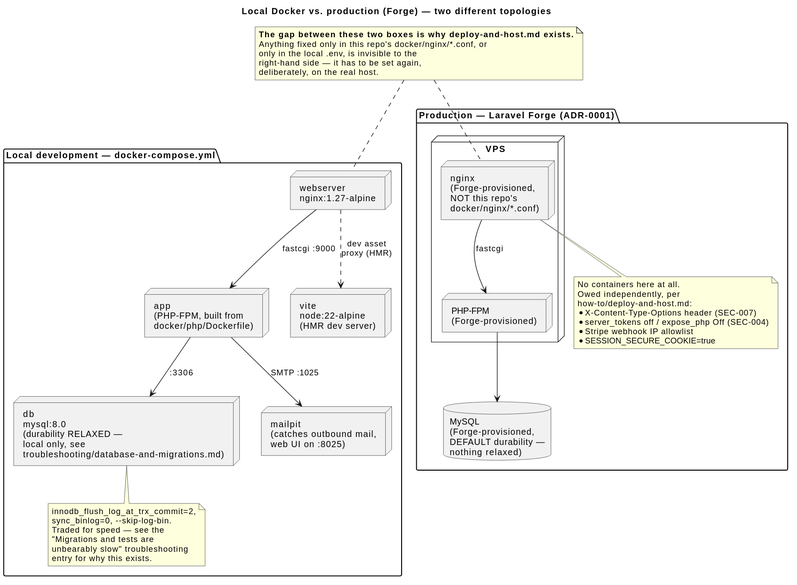
Above: docs/reference/diagrams/deployment/deployment.svg in StefanMarinkov05/Amazoff-PHP (PlantUML), before the change.
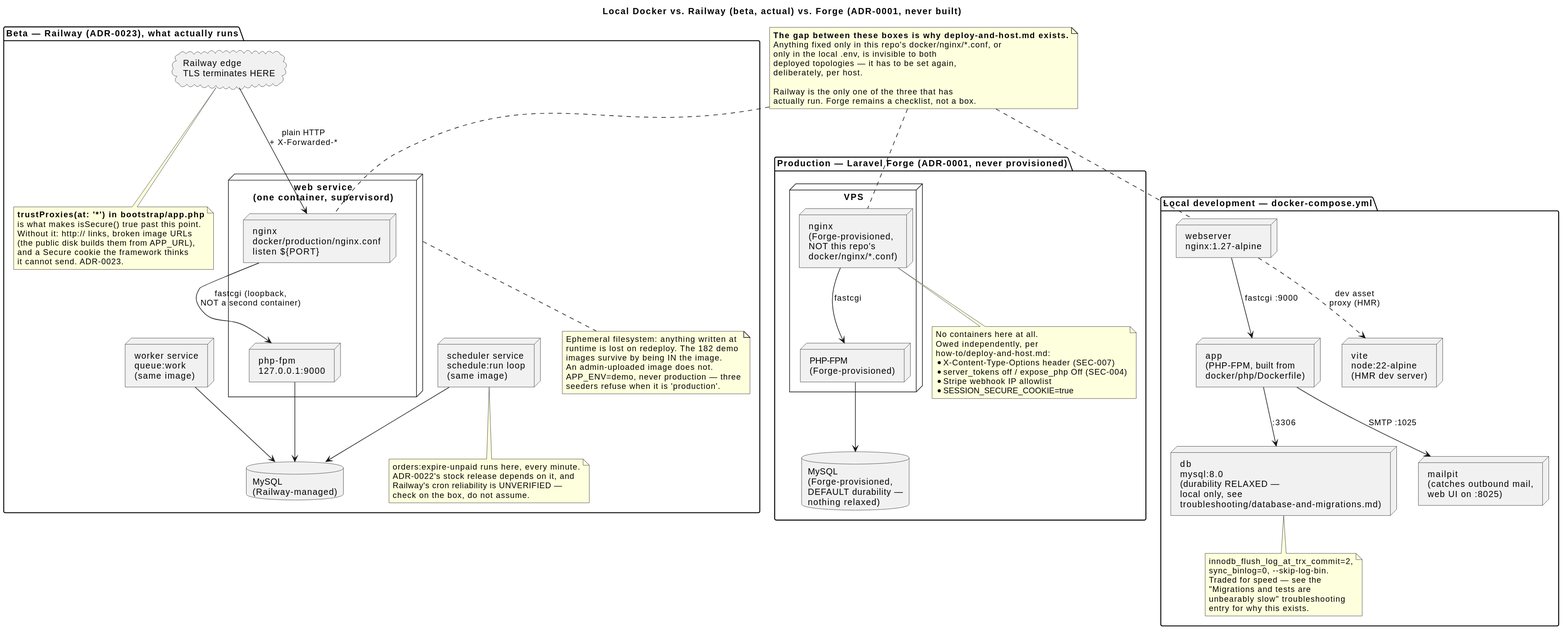
After the commit.

Change to the diagram source:
```diff
@@ -1,6 +1,6 @@
 @startuml
 
-title Local Docker vs. production (Forge) — two different topologies
+title Local Docker vs. Railway (beta, actual) vs. Forge (ADR-0001, never built)
 
 package "Local development — docker-compose.yml" {
   node "webserver\nnginx:1.27-alpine" as LocalNginx
@@ -24,7 +24,50 @@
   end note
 }
 
-package "Production — Laravel Forge (ADR-0001)" {
+package "Beta — Railway (ADR-0023), what actually runs" {
+  node "web service\n(one container, supervisord)" as RailwayWeb {
+    node "nginx\ndocker/production/nginx.conf\nlisten ${PORT}" as RailwayNginx
+    node "php-fpm\n127.0.0.1:9000" as RailwayFpm
+  }
+  node "worker service\nqueue:work\n(same image)" as RailwayWorker
+  node "scheduler service\nschedule:run loop\n(same image)" as RailwayCron
+  database "MySQL\n(Railway-managed)" as RailwayDB
+
+  cloud "Railway edge\nTLS terminates HERE" as RailwayEdge
+
+  RailwayEdge --> RailwayNginx : plain HTTP\n+ X-Forwarded-*
+  RailwayNginx --> RailwayFpm : fastcgi (loopback,\nNOT a second container)
+  RailwayFpm --> RailwayDB
+  RailwayWorker --> RailwayDB
+  RailwayCron --> RailwayDB
+
+  note bottom of RailwayEdge
+    <b>trustProxies(at: '*') in bootstrap/app.php</b>
+    is what makes isSecure() true past this point.
+    Without it: http:// links, broken image URLs
+    (the public disk builds them from APP_URL),
+    and a Secure cookie the framework thinks
+    it cannot send. ADR-0023.
+  end note
+
+  note bottom of RailwayCron
+    orders:expire-unpaid runs here, every minute.
+    ADR-0022's stock release depends on it, and
+    Railway's cron reliability is UNVERIFIED —
+    check on the box, do not assume.
+  end note
+
+  note bottom of RailwayWeb
+    Ephemeral filesystem: anything written at
+    runtime is lost on redeploy. The 182 demo
+    images survive by being IN the image.
+    An admin-uploaded image does not.
+    APP_ENV=demo, never production — three
+    seeders refuse when it is 'production'.
+  end note
+}
+
+package "Production — Laravel Forge (ADR-0001, never provisioned)" {
   node "VPS" {
     node "nginx\n(Forge-provisioned,\nNOT this repo's\ndocker/nginx/*.conf)" as ProdNginx
     node "PHP-FPM\n(Forge-provisioned)" as ProdApp
@@ -45,16 +88,21 @@
   end note
 }
 
-LocalNginx -[hidden]right-> ProdNginx
+LocalNginx -[hidden]right-> RailwayNginx
+RailwayNginx -[hidden]right-> ProdNginx
 
 note as Gap
-  <b>The gap between these two boxes is why deploy-and-host.md exists.</b>
+  <b>The gap between these boxes is why deploy-and-host.md exists.</b>
   Anything fixed only in this repo's docker/nginx/*.conf, or
-  only in the local .env, is invisible to the
-  right-hand side — it has to be set again,
-  deliberately, on the real host.
+  only in the local .env, is invisible to both
+  deployed topologies — it has to be set again,
+  deliberately, per host.
+
+  Railway is the only one of the three that has
+  actually run. Forge remains a checklist, not a box.
 end note
 
 Gap .. LocalNginx
+Gap .. RailwayNginx
 Gap .. ProdNginx
 @enduml
```
